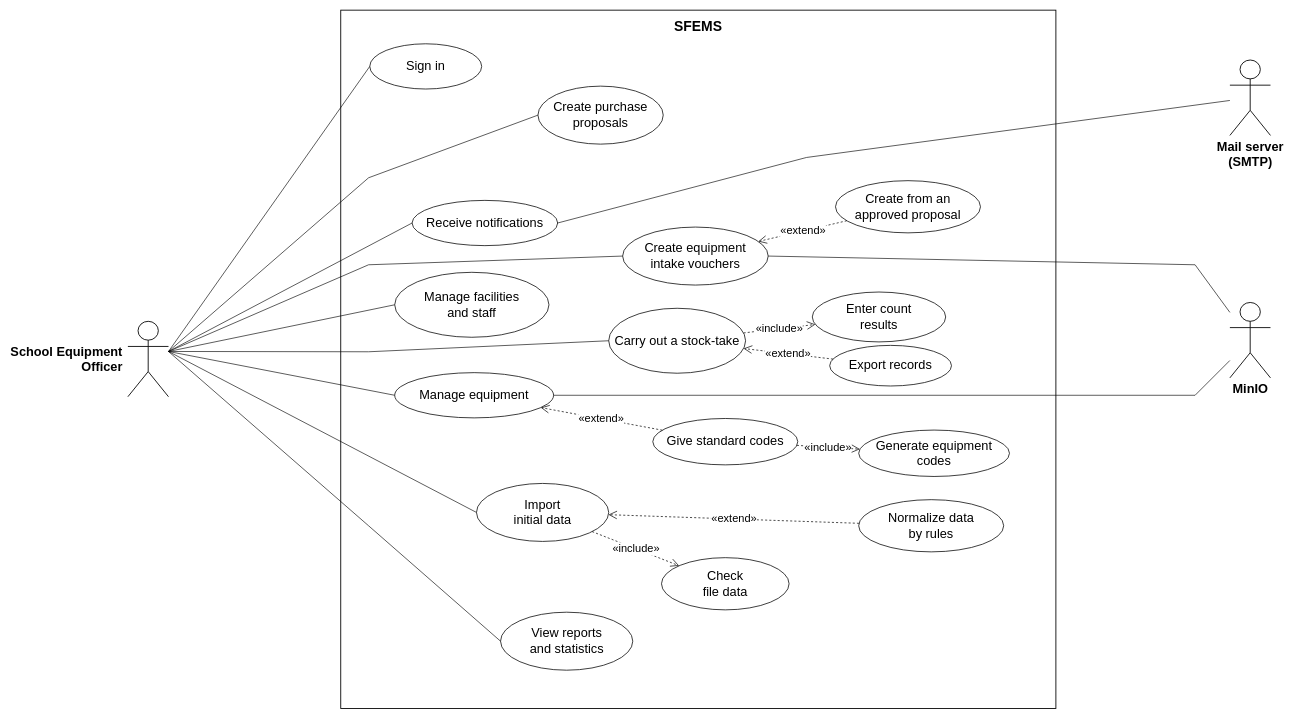
Above: docs/ENG/diagram/Report 3/05 Use case/06 School Equipment Officer.drawio in LuuDong2004/SEP490_G123_SFEMS (draw.io), before the change. Source tidied: cells renumbered, new cells numbered last; positions are measured from the earlier drawing's top-left corner, leaving out a move shared by most shapes. Both pictures are drawn from the tidied source at 58%, with x=0, y=0 at pixel (128, 10).
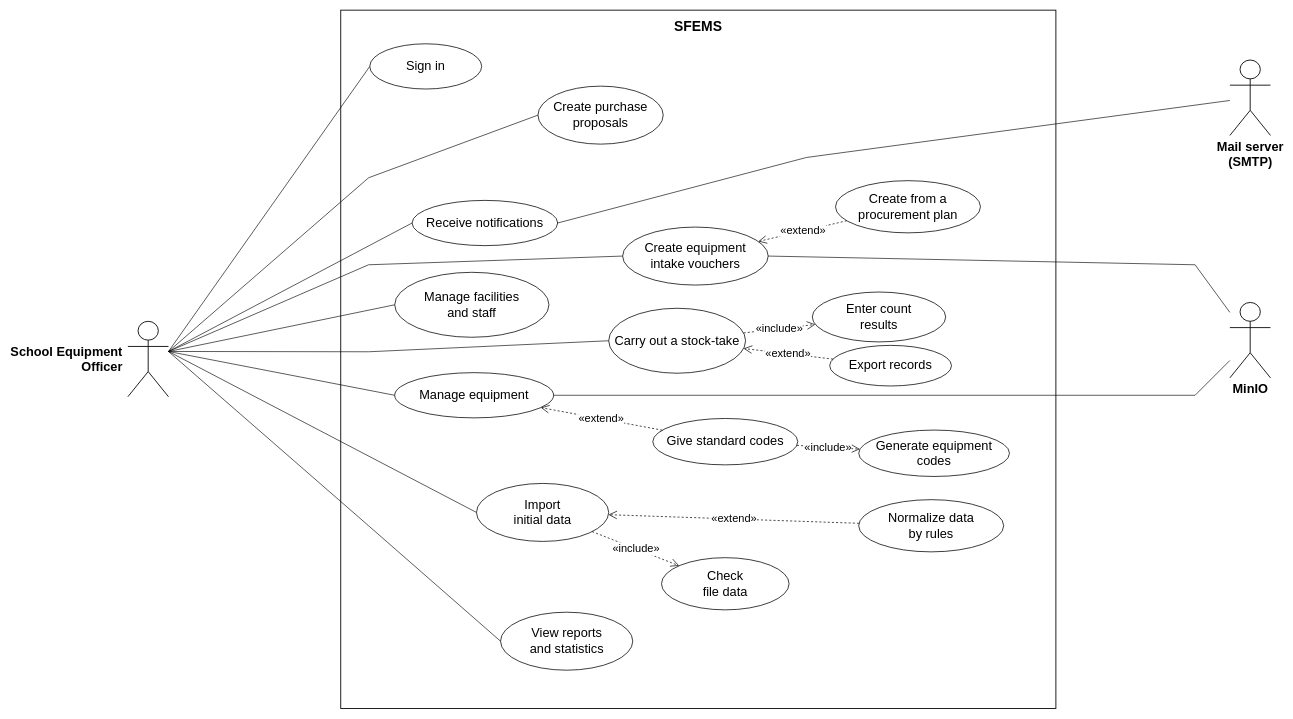
The same diagram, later.

The edit, as a diff of the source:
```diff
@@
-    <mxCell id="35" value="Create from an&lt;br&gt;approved proposal" style="ellipse;whiteSpace=wrap;html=1;fillColor=#FFFFFF;strokeColor=#000000;strokeWidth=1.3;fontSize=22;fontFamily=Arial;" parent="1" vertex="1">
+    <mxCell id="35" value="Create from a&lt;br&gt;procurement plan" style="ellipse;whiteSpace=wrap;html=1;fillColor=#FFFFFF;strokeColor=#000000;strokeWidth=1.3;fontSize=22;fontFamily=Arial;" parent="1" vertex="1">
       <mxGeometry x="1220" y="294" width="250" height="90" as="geometry" />
     </mxCell>
```
